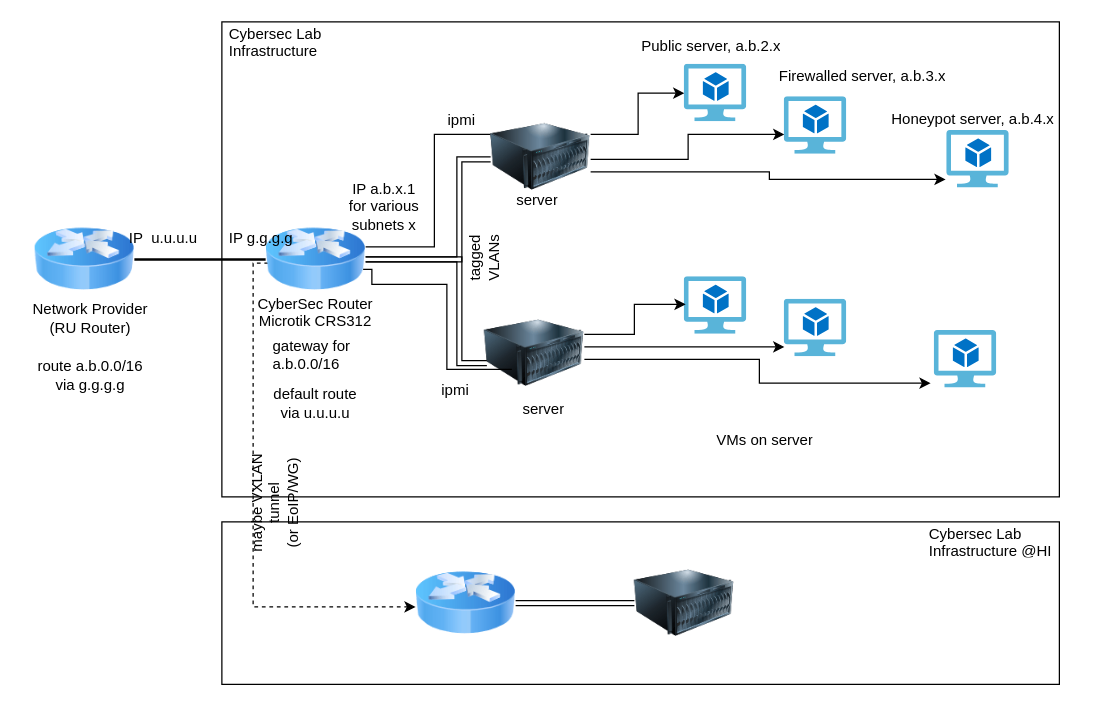
Before: Untitled Diagram.drawio in hr-ru/hr-ru, a draw.io diagram. Source tidied: cells renumbered, new cells numbered last; positions are measured from the earlier drawing's top-left corner, leaving out a move shared by most shapes. Both pictures are drawn from the tidied source at 125%, with x=0, y=0 at pixel (21, 21).
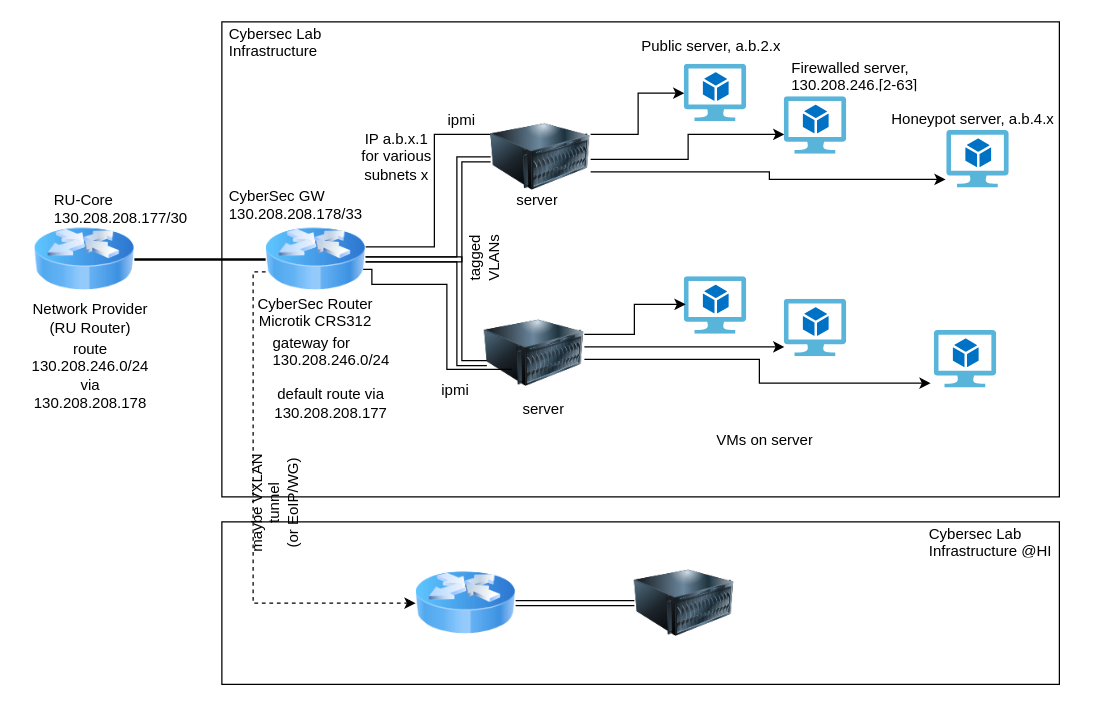
The same diagram, later.

Unchanged cells that the change refers to:
```xml
<mxCell id="8" style="image;html=1;image=img/lib/clip_art/networking/Router_Icon_128x128.png;" parent="1" vertex="1">
  <mxGeometry x="195" y="150" width="80" height="80" as="geometry" />
</mxCell>
<mxCell id="37" style="image;html=1;image=img/lib/clip_art/networking/Router_Icon_128x128.png;" parent="1" vertex="1">
  <mxGeometry x="315" y="425" width="80" height="80" as="geometry" />
</mxCell>
```

Change to the diagram source:
```diff
@@
-    <mxCell id="7" style="edgeStyle=orthogonalEdgeStyle;rounded=0;jettySize=auto;html=1;dashed=1;exitX=0.456;exitY=0.933;exitDx=0;exitDy=0;exitPerimeter=0;" parent="1" edge="1" source="31" target="37">
+    <mxCell id="7" style="edgeStyle=orthogonalEdgeStyle;rounded=0;jettySize=auto;html=1;dashed=1;" parent="1" edge="1" source="8" target="37">
       <mxGeometry relative="1" as="geometry">
         <Array as="points">
-          <mxPoint x="201" y="193" />
-          <mxPoint x="185" y="193" />
-          <mxPoint x="185" y="468" />
+          <mxPoint x="185" y="200" />
+          <mxPoint x="185" y="465" />
         </Array>
       </mxGeometry>
     </mxCell>
@@
-    <mxCell id="23" value="gateway for a.b.0.0/16" style="text;strokeColor=none;fillColor=none;align=left;verticalAlign=middle;spacingLeft=4;spacingRight=4;overflow=hidden;whiteSpace=wrap;html=1;" parent="1" vertex="1">
-      <mxGeometry x="195" y="250" width="80" height="30" as="geometry" />
+    <mxCell id="23" value="&lt;div&gt;gateway for 130.208.246.0/24&lt;/div&gt;&lt;div&gt;&lt;br&gt;&lt;/div&gt;" style="text;strokeColor=none;fillColor=none;align=left;verticalAlign=middle;spacingLeft=4;spacingRight=4;overflow=hidden;whiteSpace=wrap;html=1;" parent="1" vertex="1">
+      <mxGeometry x="195" y="247" width="105" height="30" as="geometry" />
     </mxCell>
@@
     <mxCell id="29" value="IP a.b.x.1&lt;br&gt;for various subnets x" style="text;html=1;align=center;verticalAlign=middle;whiteSpace=wrap;rounded=0;" parent="1" vertex="1">
-      <mxGeometry x="260" y="133" width="60" height="30" as="geometry" />
+      <mxGeometry x="270" y="56.5" width="60" height="103" as="geometry" />
     </mxCell>
@@
-    <mxCell id="31" value="IP g.g.g.g&lt;div&gt;&lt;br&gt;&lt;/div&gt;" style="text;strokeColor=none;fillColor=none;align=left;verticalAlign=middle;spacingLeft=4;spacingRight=4;overflow=hidden;points=[[0,0.5],[1,0.5]];portConstraint=eastwest;whiteSpace=wrap;html=1;" parent="1" vertex="1">
-      <mxGeometry x="160" y="163" width="90" height="30" as="geometry" />
+    <mxCell id="31" value="&lt;div&gt;CyberSec GW&lt;/div&gt;&lt;div&gt;130.208.208.178/33&lt;/div&gt;&lt;div&gt;&lt;br&gt;&lt;/div&gt;" style="text;strokeColor=none;fillColor=none;align=left;verticalAlign=middle;spacingLeft=4;spacingRight=4;overflow=hidden;points=[[0,0.5],[1,0.5]];portConstraint=eastwest;whiteSpace=wrap;html=1;" parent="1" vertex="1">
+      <mxGeometry x="160" y="130" width="120" height="29.5" as="geometry" />
     </mxCell>
-    <mxCell id="32" value="&lt;div&gt;IP&amp;nbsp; u.u.u.u&lt;/div&gt;&lt;div&gt;&lt;br&gt;&lt;/div&gt;" style="text;strokeColor=none;fillColor=none;align=left;verticalAlign=middle;spacingLeft=4;spacingRight=4;overflow=hidden;whiteSpace=wrap;html=1;" parent="1" vertex="1">
-      <mxGeometry x="80" y="163" width="80" height="30" as="geometry" />
+    <mxCell id="32" value="&lt;div&gt;RU-Core&lt;/div&gt;&lt;div&gt;130.208.208.177/30&lt;/div&gt;" style="text;strokeColor=none;fillColor=none;align=left;verticalAlign=middle;spacingLeft=4;spacingRight=4;overflow=hidden;whiteSpace=wrap;html=1;" parent="1" vertex="1">
+      <mxGeometry x="20" y="133" width="140" height="30" as="geometry" />
     </mxCell>
-    <mxCell id="33" value="default route via u.u.u.u" style="text;html=1;align=center;verticalAlign=middle;whiteSpace=wrap;rounded=0;" parent="1" vertex="1">
-      <mxGeometry x="195" y="280" width="80" height="50" as="geometry" />
+    <mxCell id="33" value="&lt;div&gt;default route via 130.208.208.177&lt;/div&gt;" style="text;html=1;align=center;verticalAlign=middle;whiteSpace=wrap;rounded=0;" parent="1" vertex="1">
+      <mxGeometry x="195" y="280" width="105" height="50" as="geometry" />
     </mxCell>
@@
-    <mxCell id="41" value="&lt;div&gt;route a.b.0.0/16 via g.g.g.g&lt;/div&gt;" style="text;html=1;align=center;verticalAlign=middle;whiteSpace=wrap;rounded=0;" parent="1" vertex="1">
+    <mxCell id="41" value="&lt;div&gt;route 130.208.246.0/24 via 130.208.208.178&lt;br&gt;&lt;/div&gt;" style="text;html=1;align=center;verticalAlign=middle;whiteSpace=wrap;rounded=0;" parent="1" vertex="1">
       <mxGeometry x="10" y="268" width="90" height="30" as="geometry" />
     </mxCell>
@@
-    <mxCell id="43" value="&lt;div&gt;Firewalled server, a.b.3.x&lt;/div&gt;&lt;div&gt;&lt;br&gt;&lt;/div&gt;" style="text;strokeColor=none;fillColor=none;align=left;verticalAlign=middle;spacingLeft=4;spacingRight=4;overflow=hidden;whiteSpace=wrap;html=1;" parent="1" vertex="1">
-      <mxGeometry x="600" y="34" width="150" height="30" as="geometry" />
+    <mxCell id="43" value="&lt;div&gt;Firewalled server, 130.208.246.[2-63]&lt;/div&gt;&lt;div&gt;&lt;br&gt;&lt;/div&gt;" style="text;strokeColor=none;fillColor=none;align=left;verticalAlign=middle;spacingLeft=4;spacingRight=4;overflow=hidden;whiteSpace=wrap;html=1;" parent="1" vertex="1">
+      <mxGeometry x="610" y="26.5" width="150" height="30" as="geometry" />
     </mxCell>
```
